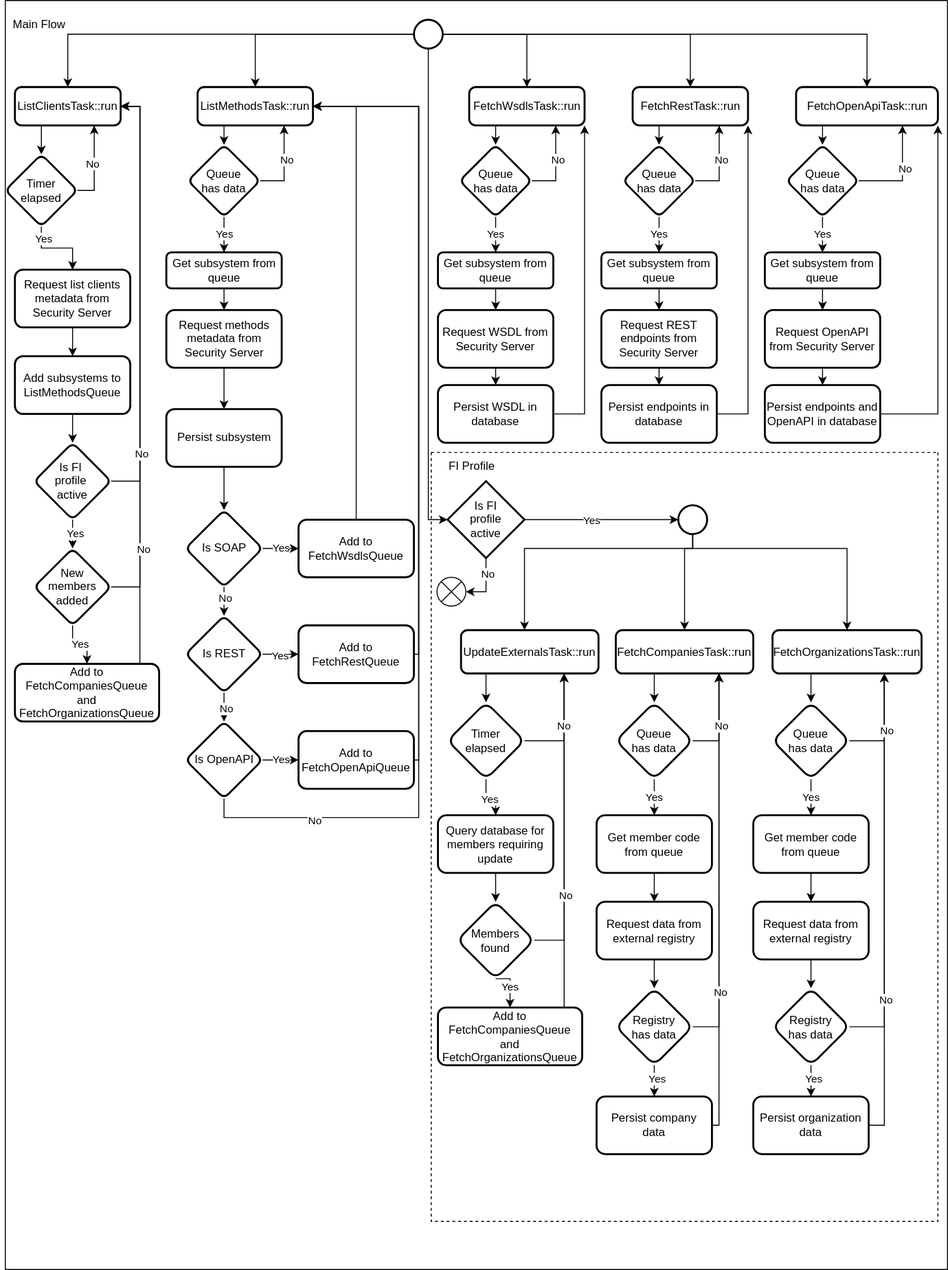
Before: xroad-catalog-collector/collector_process.svg, a diagram exported from draw.io (nordic-institute/x-road-catalog). Source tidied: cells renumbered, new cells last; positions are measured from the earlier drawing's top-left corner, leaving out a move shared by most shapes.
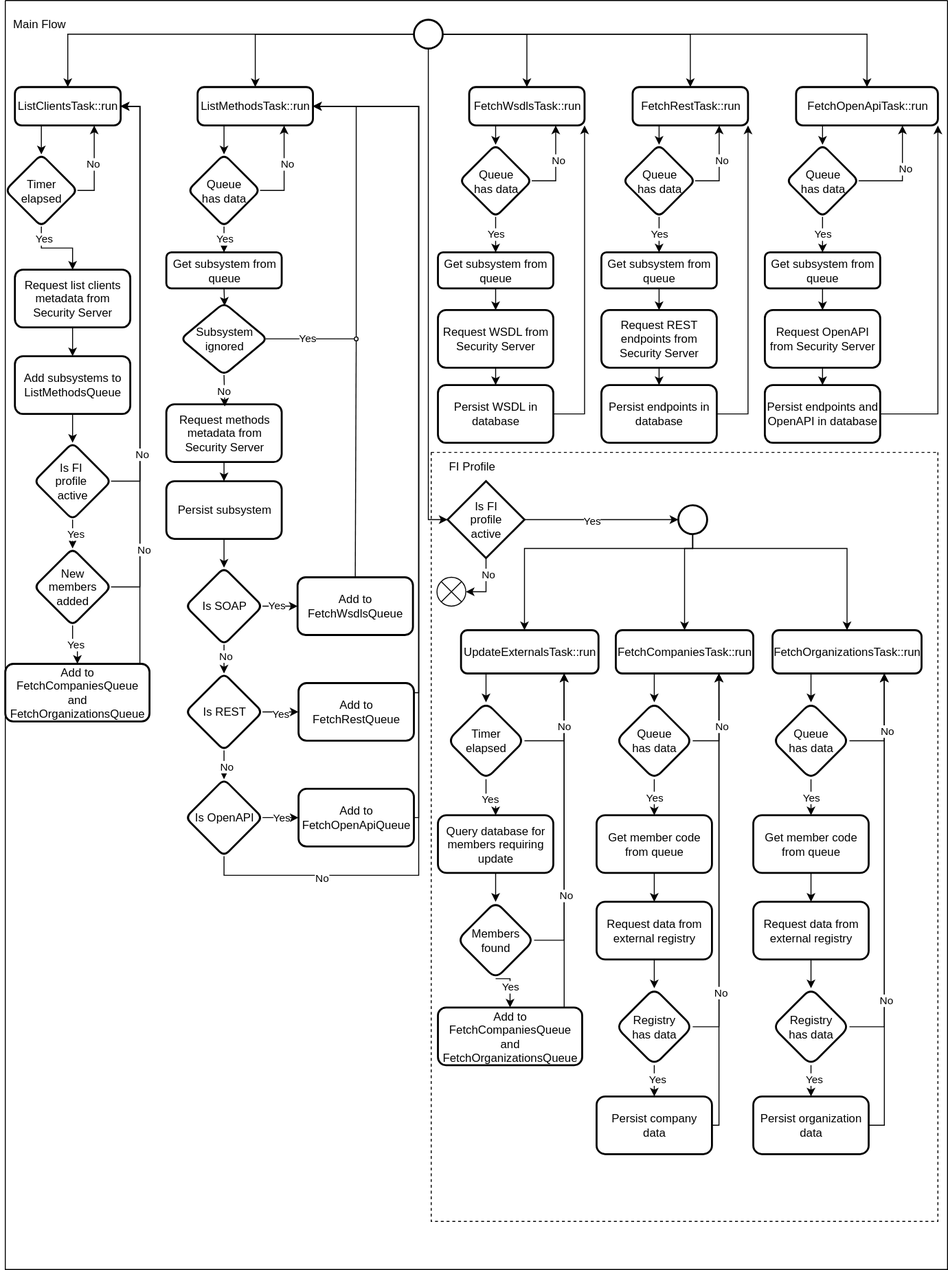
The same file after the commit.

The edit, as a diff of the source:
```diff
@@ -77,11 +77,8 @@
       <mxGeometry relative="1" as="geometry" />
     </mxCell>
     <mxCell id="23" value="&lt;div&gt;Queue&lt;/div&gt;&lt;div&gt;has data&lt;/div&gt;" style="rhombus;whiteSpace=wrap;html=1;rounded=1;arcSize=14;strokeWidth=2;" parent="2" vertex="1">
-      <mxGeometry x="190" y="150" width="75" height="75" as="geometry" />
+      <mxGeometry x="190" y="160" width="75" height="75" as="geometry" />
     </mxCell>
-    <mxCell id="24" style="edgeStyle=orthogonalEdgeStyle;rounded=0;jettySize=auto;html=1;" parent="2" edge="1" source="25" target="27">
-      <mxGeometry relative="1" as="geometry" />
-    </mxCell>
     <mxCell id="25" value="Get subsystem from queue" style="whiteSpace=wrap;html=1;rounded=1;arcSize=14;strokeWidth=2;" parent="2" vertex="1">
       <mxGeometry x="167.5" y="262" width="120" height="37.5" as="geometry" />
     </mxCell>
@@ -89,30 +86,25 @@
       <mxGeometry relative="1" as="geometry" />
     </mxCell>
     <mxCell id="27" value="Request methods metadata from Security Server" style="whiteSpace=wrap;html=1;rounded=1;arcSize=14;strokeWidth=2;" parent="2" vertex="1">
-      <mxGeometry x="167.5" y="322" width="120" height="60" as="geometry" />
+      <mxGeometry x="167.5" y="420" width="120" height="60" as="geometry" />
     </mxCell>
-    <mxCell id="28" value="Yes" style="edgeStyle=orthogonalEdgeStyle;rounded=0;jettySize=auto;html=1;" parent="2" edge="1" source="31" target="33">
-      <mxGeometry relative="1" as="geometry">
-        <Array as="points">
-          <mxPoint x="290" y="570" />
-          <mxPoint x="290" y="570" />
-        </Array>
-      </mxGeometry>
-    </mxCell>
     <mxCell id="29" style="edgeStyle=orthogonalEdgeStyle;rounded=0;jettySize=auto;html=1;" parent="2" edge="1" source="31" target="38">
       <mxGeometry relative="1" as="geometry" />
     </mxCell>
     <mxCell id="30" value="No" style="edgeLabel;html=1;align=center;verticalAlign=middle;" parent="29" vertex="1">
       <mxGeometry x="0.24" y="1" relative="1" as="geometry" />
     </mxCell>
+    <mxCell id="28" style="edgeStyle=orthogonalEdgeStyle;rounded=0;jettySize=auto;html=1;entryX=0;entryY=0.5;entryDx=0;entryDy=0;" parent="2" edge="1" source="31" target="33">
+      <mxGeometry relative="1" as="geometry" />
+    </mxCell>
+    <mxCell id="159" value="Yes" style="edgeLabel;html=1;align=center;verticalAlign=middle;" parent="28" vertex="1">
+      <mxGeometry x="-0.38" y="2" relative="1" as="geometry" />
+    </mxCell>
     <mxCell id="31" value="Is SOAP" style="rhombus;whiteSpace=wrap;html=1;rounded=1;arcSize=14;strokeWidth=2;" parent="2" vertex="1">
-      <mxGeometry x="187.5" y="530" width="80" height="80" as="geometry" />
+      <mxGeometry x="187.5" y="590" width="80" height="80" as="geometry" />
     </mxCell>
-    <mxCell id="32" style="edgeStyle=orthogonalEdgeStyle;rounded=0;jettySize=auto;html=1;exitX=0.5;exitY=0;exitDx=0;exitDy=0;entryX=1;entryY=0.5;entryDx=0;entryDy=0;" parent="2" edge="1" source="33" target="19">
-      <mxGeometry relative="1" as="geometry" />
-    </mxCell>
     <mxCell id="33" value="Add to FetchWsdlsQueue" style="whiteSpace=wrap;html=1;rounded=1;arcSize=14;strokeWidth=2;" parent="2" vertex="1">
-      <mxGeometry x="305" y="540" width="120" height="60" as="geometry" />
+      <mxGeometry x="304" y="600" width="120" height="60" as="geometry" />
     </mxCell>
     <mxCell id="34" style="edgeStyle=orthogonalEdgeStyle;rounded=0;jettySize=auto;html=1;" parent="2" edge="1" source="38" target="40">
       <mxGeometry relative="1" as="geometry" />
@@ -127,18 +119,18 @@
       <mxGeometry x="0.44" y="2" relative="1" as="geometry" />
     </mxCell>
     <mxCell id="38" value="Is REST" style="rhombus;whiteSpace=wrap;html=1;rounded=1;arcSize=14;strokeWidth=2;" parent="2" vertex="1">
-      <mxGeometry x="187.5" y="640" width="80" height="80" as="geometry" />
+      <mxGeometry x="187.5" y="700" width="80" height="80" as="geometry" />
     </mxCell>
     <mxCell id="39" style="edgeStyle=orthogonalEdgeStyle;rounded=0;jettySize=auto;html=1;exitX=1;exitY=0.5;exitDx=0;exitDy=0;entryX=1;entryY=0.5;entryDx=0;entryDy=0;" parent="2" edge="1" source="40" target="19">
       <mxGeometry relative="1" as="geometry">
         <Array as="points">
-          <mxPoint x="430" y="680" />
+          <mxPoint x="430" y="720" />
           <mxPoint x="430" y="110" />
         </Array>
       </mxGeometry>
     </mxCell>
     <mxCell id="40" value="Add to FetchRestQueue" style="whiteSpace=wrap;html=1;rounded=1;arcSize=14;strokeWidth=2;" parent="2" vertex="1">
-      <mxGeometry x="305" y="650" width="120" height="60" as="geometry" />
+      <mxGeometry x="305" y="710" width="120" height="60" as="geometry" />
     </mxCell>
     <mxCell id="41" value="Yes" style="edgeStyle=orthogonalEdgeStyle;rounded=0;jettySize=auto;html=1;" parent="2" edge="1" source="44" target="46">
       <mxGeometry relative="1" as="geometry" />
@@ -146,8 +138,8 @@
     <mxCell id="42" style="edgeStyle=orthogonalEdgeStyle;rounded=0;jettySize=auto;html=1;exitX=0.5;exitY=1;exitDx=0;exitDy=0;entryX=1;entryY=0.5;entryDx=0;entryDy=0;" parent="2" edge="1" source="44" target="19">
       <mxGeometry relative="1" as="geometry">
         <Array as="points">
-          <mxPoint x="228" y="850" />
-          <mxPoint x="430" y="850" />
+          <mxPoint x="228" y="910" />
+          <mxPoint x="430" y="910" />
           <mxPoint x="430" y="110" />
         </Array>
       </mxGeometry>
@@ -156,18 +148,18 @@
       <mxGeometry x="-0.79" y="-2" relative="1" as="geometry" />
     </mxCell>
     <mxCell id="44" value="Is OpenAPI" style="rhombus;whiteSpace=wrap;html=1;rounded=1;arcSize=14;strokeWidth=2;" parent="2" vertex="1">
-      <mxGeometry x="187.5" y="750" width="80" height="80" as="geometry" />
+      <mxGeometry x="187.5" y="810" width="80" height="80" as="geometry" />
     </mxCell>
     <mxCell id="45" style="edgeStyle=orthogonalEdgeStyle;rounded=0;jettySize=auto;html=1;exitX=1;exitY=0.5;exitDx=0;exitDy=0;entryX=1;entryY=0.5;entryDx=0;entryDy=0;" parent="2" edge="1" source="46" target="19">
       <mxGeometry relative="1" as="geometry">
         <Array as="points">
-          <mxPoint x="430" y="790" />
+          <mxPoint x="430" y="850" />
           <mxPoint x="430" y="110" />
         </Array>
       </mxGeometry>
     </mxCell>
     <mxCell id="46" value="Add to FetchOpenApiQueue" style="whiteSpace=wrap;html=1;rounded=1;arcSize=14;strokeWidth=2;" parent="2" vertex="1">
-      <mxGeometry x="305" y="760" width="120" height="60" as="geometry" />
+      <mxGeometry x="305" y="820" width="120" height="60" as="geometry" />
     </mxCell>
     <mxCell id="47" style="edgeStyle=orthogonalEdgeStyle;rounded=0;jettySize=auto;html=1;" parent="2" edge="1" source="48" target="50">
       <mxGeometry relative="1" as="geometry" />
@@ -205,7 +197,7 @@
       <mxGeometry x="30" y="570" width="80" height="80" as="geometry" />
     </mxCell>
     <mxCell id="57" value="Add to FetchCompaniesQueue and FetchOrganizationsQueue" style="whiteSpace=wrap;html=1;rounded=1;arcSize=14;strokeWidth=2;" parent="2" vertex="1">
-      <mxGeometry x="10" y="690" width="150" height="60" as="geometry" />
+      <mxGeometry y="690" width="150" height="60" as="geometry" />
     </mxCell>
     <mxCell id="58" style="edgeStyle=orthogonalEdgeStyle;rounded=0;jettySize=auto;html=1;exitX=1;exitY=0.5;exitDx=0;exitDy=0;entryX=1;entryY=0.5;entryDx=0;entryDy=0;" parent="2" edge="1" source="56" target="12">
       <mxGeometry relative="1" as="geometry">
@@ -305,7 +297,7 @@
       <mxGeometry relative="1" as="geometry" />
     </mxCell>
     <mxCell id="87" value="Persist subsystem" style="whiteSpace=wrap;html=1;rounded=1;arcSize=14;strokeWidth=2;" parent="2" vertex="1">
-      <mxGeometry x="167.5" y="425" width="120" height="60" as="geometry" />
+      <mxGeometry x="167.5" y="500" width="120" height="60" as="geometry" />
     </mxCell>
     <mxCell id="88" style="edgeStyle=orthogonalEdgeStyle;rounded=0;jettySize=auto;html=1;exitX=0.25;exitY=1;exitDx=0;exitDy=0;entryX=0.5;entryY=0;entryDx=0;entryDy=0;" parent="2" edge="1" source="89" target="93">
       <mxGeometry relative="1" as="geometry" />
@@ -567,5 +559,34 @@
     <mxCell id="158" value="No" style="edgeLabel;html=1;align=center;verticalAlign=middle;" parent="157" vertex="1">
       <mxGeometry x="-0.11" y="-2" relative="1" as="geometry" />
     </mxCell>
+    <mxCell id="160" value="Subsystem&lt;div&gt;&lt;span style=&quot;background-color: transparent; color: light-dark(rgb(0, 0, 0), rgb(255, 255, 255));&quot;&gt;ignored&lt;/span&gt;&lt;/div&gt;" style="rhombus;whiteSpace=wrap;html=1;rounded=1;arcSize=14;strokeWidth=2;" parent="2" vertex="1">
+      <mxGeometry x="182.5" y="314.5" width="90" height="75" as="geometry" />
+    </mxCell>
+    <mxCell id="161" style="endArrow=classic;html=1;rounded=0;exitX=0.5;exitY=1;exitDx=0;exitDy=0;entryX=0.507;entryY=0.04;entryDx=0;entryDy=0;entryPerimeter=0;" parent="2" edge="1" source="25" target="160">
+      <mxGeometry relative="1" as="geometry" />
+    </mxCell>
+    <mxCell id="162" style="endArrow=classic;html=1;rounded=0;exitX=0.5;exitY=1;exitDx=0;exitDy=0;entryX=0.507;entryY=0.039;entryDx=0;entryDy=0;entryPerimeter=0;" parent="2" edge="1" source="160" target="27">
+      <mxGeometry relative="1" as="geometry" />
+    </mxCell>
+    <mxCell id="163" value="No" style="edgeLabel;html=1;align=center;verticalAlign=middle;" parent="162" vertex="1">
+      <mxGeometry x="-0.01" y="-1" relative="1" as="geometry" />
+    </mxCell>
+    <mxCell id="164" style="endArrow=none;html=1;rounded=0;exitX=0.981;exitY=0.499;exitDx=0;exitDy=0;exitPerimeter=0;entryX=0;entryY=0.5;entryDx=0;entryDy=0;" parent="2" edge="1" source="160" target="166">
+      <mxGeometry relative="1" as="geometry" />
+    </mxCell>
+    <mxCell id="165" value="Yes" style="edgeLabel;html=1;align=center;verticalAlign=middle;" parent="164" vertex="1">
+      <mxGeometry x="-0.07" y="1" relative="1" as="geometry" />
+    </mxCell>
+    <mxCell id="166" style="ellipse;whiteSpace=wrap;html=1;" parent="2" vertex="1">
+      <mxGeometry x="363" y="350" width="4" height="4" as="geometry" />
+    </mxCell>
+    <mxCell id="167" style="endArrow=none;html=1;rounded=0;exitX=0.5;exitY=0;exitDx=0;exitDy=0;entryX=0.5;entryY=1;entryDx=0;entryDy=0;" parent="2" edge="1" source="33" target="166">
+      <mxGeometry relative="1" as="geometry" />
+    </mxCell>
+    <mxCell id="168" style="endArrow=none;html=1;rounded=0;exitX=0.5;exitY=0;exitDx=0;exitDy=0;" parent="1" edge="1" source="166">
+      <mxGeometry relative="1" as="geometry">
+        <mxPoint x="370" y="110" as="targetPoint" />
+      </mxGeometry>
+    </mxCell>
   </root>
 </mxGraphModel>
```
